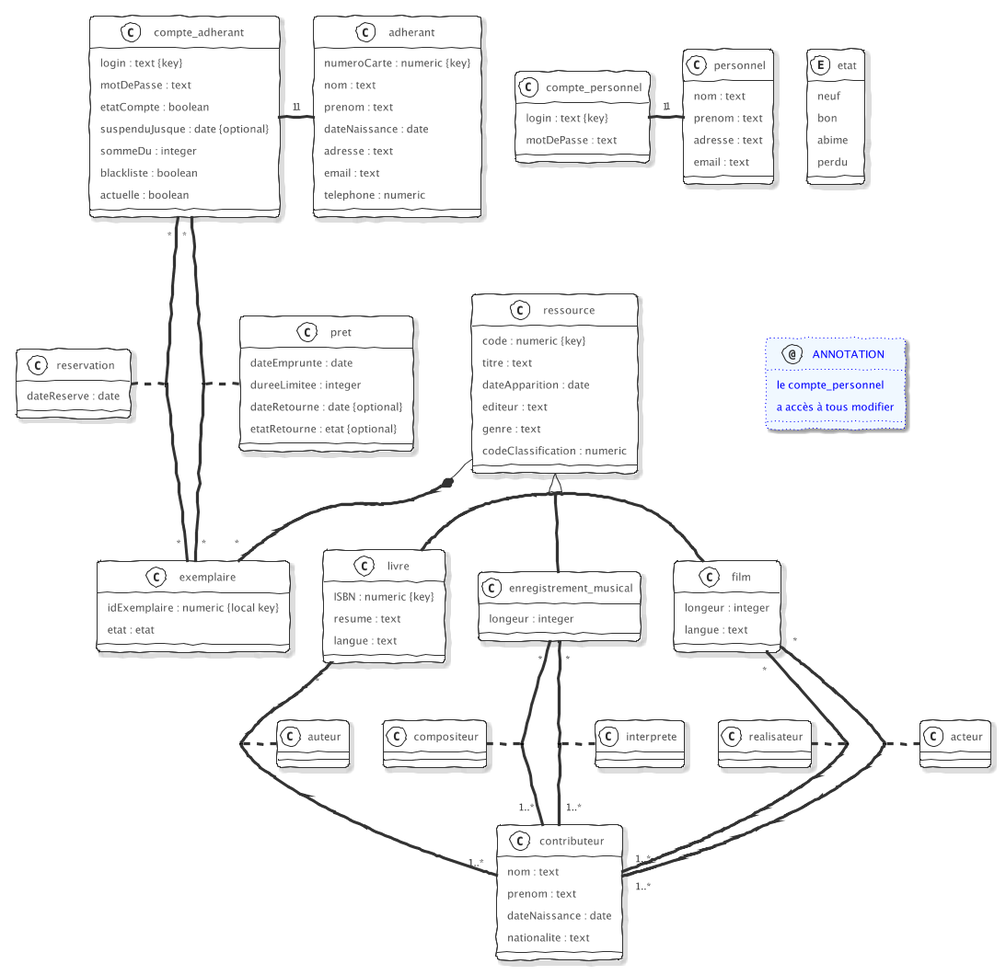
Above: rendu 2/MCD Biblio.png in Ocean2356/Library-Management-System (PlantUML), before the change. The source it was exported from:
```plantuml
@startuml MCD Biblio
!theme sketchy-outline
skinparam Shadowing true
annotation ANNOTATION #aliceblue;line:blue;line.dotted;text:blue
{
    le compte_personnel
    a accès à tous modifier
}
etat -[hidden]- ANNOTATION

class ressource
class exemplaire
enum etat

class compte_personnel
class personnel
class compte_adherant
class adherant

class pret
class reservation

together {
class livre
class film
class enregistrement_musical
}
class auteur
class realisateur
class acteur
class compositeur
class interprete

skinparam groupInheritance 2
ressource <|-- livre
ressource <|-- film
ressource <|-- enregistrement_musical

skinparam activity {
    ArrowFontSize 10
}
livre "*" -- "1..*" contributeur
(livre, contributeur) . auteur
enregistrement_musical "*" - "1..*" contributeur
(enregistrement_musical, contributeur) . compositeur
enregistrement_musical "*" - "1..*" contributeur
(enregistrement_musical, contributeur) . interprete
film "*" - "1..*" contributeur
(film, contributeur) . realisateur
film "*" - "1..*" contributeur
(film, contributeur) . acteur

ressource *-- "*" exemplaire

compte_personnel "1" - "1" personnel
compte_adherant "1" - "1" adherant
compte_adherant "*" -- "*" exemplaire
(compte_adherant, exemplaire) . reservation
compte_adherant "*" -- "*" exemplaire
(compte_adherant, exemplaire) . pret

enum etat{
    neuf
    bon
    abime
    perdu
}

class ressource{
    code : numeric {key}
    titre : text
    dateApparition : date
    editeur : text
    genre : text
    codeClassification : numeric
}

class contributeur{
    nom : text
    prenom : text
    dateNaissance : date
    nationalite : text
}

class livre{
    ISBN : numeric {key}
    resume : text
    langue : text
}

class film{
    longeur : integer
    langue : text
}

class enregistrement_musical{
    longeur : integer
}

class exemplaire{
    idExemplaire : numeric {local key}
    etat : etat
}

class personnel{
    nom : text
    prenom : text
    adresse : text
    email : text
}

class compte_personnel{
    login : text {key}
    motDePasse : text
}

class adherant{
    numeroCarte : numeric {key}
    nom : text
    prenom : text
    dateNaissance : date
    adresse : text
    email : text
    telephone : numeric
}


class compte_adherant{
    login : text {key}
    motDePasse : text
    etatCompte : boolean
    suspenduJusque : date {optional}
    sommeDu : integer
    blackliste : boolean
    actuelle : boolean
}

class pret{
    dateEmprunte : date
    dureeLimitee : integer
    dateRetourne : date {optional}
    etatRetourne : etat {optional}
}

class reservation{
    dateReserve : date
}

@enduml
```
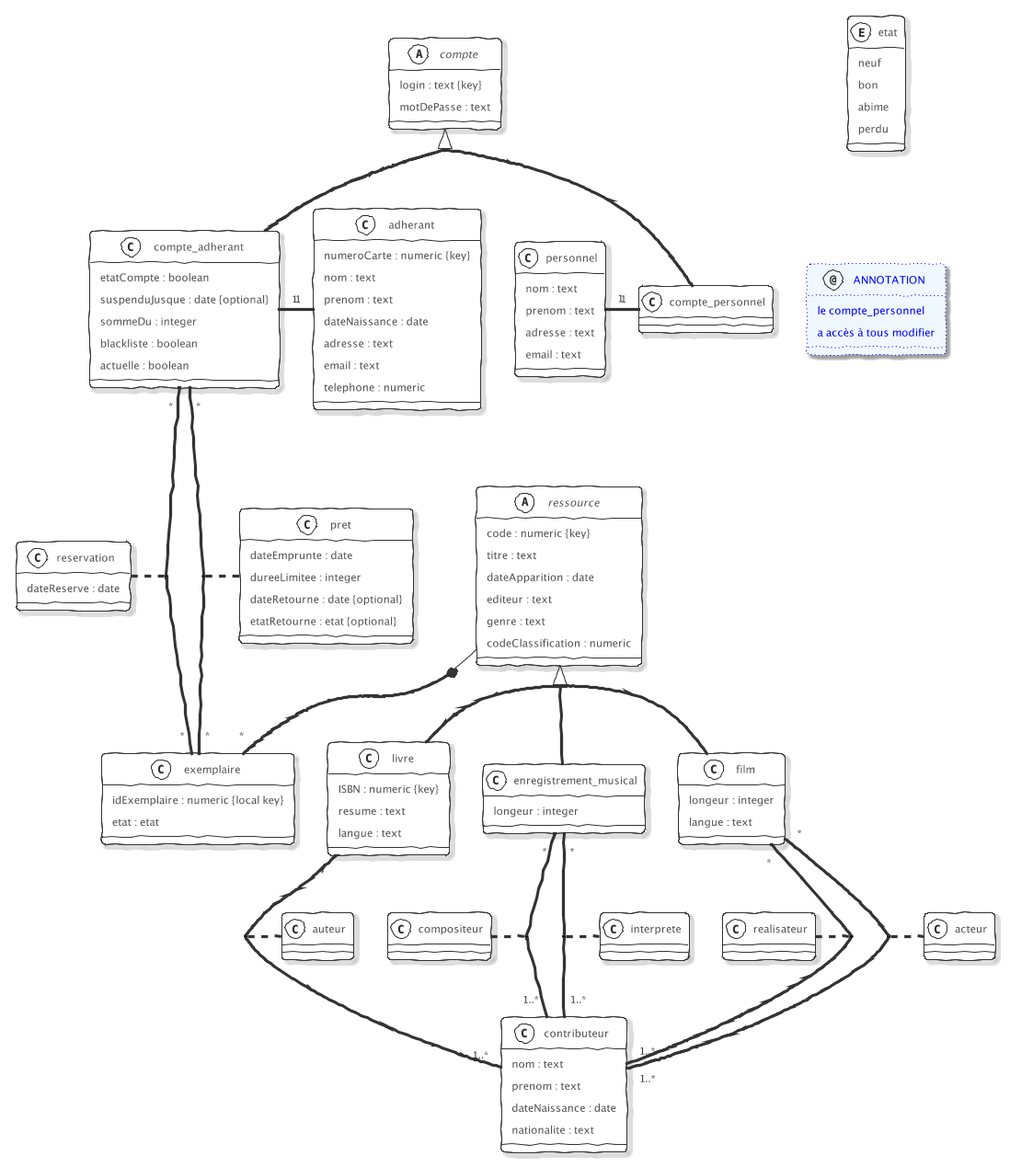
Later version of the same file.

Diff of the diagram source:
```diff
@@ -8,10 +8,11 @@
 }
 etat -[hidden]- ANNOTATION
 
-class ressource
+abstract class ressource
 class exemplaire
 enum etat
 
+abstract class compte
 class compte_personnel
 class personnel
 class compte_adherant
@@ -36,6 +37,9 @@
 ressource <|-- film
 ressource <|-- enregistrement_musical
 
+compte <|-- compte_adherant
+compte <|-- compte_personnel
+
 skinparam activity {
     ArrowFontSize 10
 }
@@ -52,7 +56,7 @@
 
 ressource *-- "*" exemplaire
 
-compte_personnel "1" - "1" personnel
+personnel  "1" - "1" compte_personnel
 compte_adherant "1" - "1" adherant
 compte_adherant "*" -- "*" exemplaire
 (compte_adherant, exemplaire) . reservation
@@ -66,7 +70,7 @@
     perdu
 }
 
-class ressource{
+abstract class ressource{
     code : numeric {key}
     titre : text
     dateApparition : date
@@ -110,8 +114,7 @@
 }
 
 class compte_personnel{
-    login : text {key}
-    motDePasse : text
+
 }
 
 class adherant{
@@ -126,14 +129,20 @@
 
 
 class compte_adherant{
-    login : text {key}
-    motDePasse : text
     etatCompte : boolean
     suspenduJusque : date {optional}
     sommeDu : integer
     blackliste : boolean
     actuelle : boolean
 }
+
+abstract class compte {
+    login : text {key}
+    motDePasse : text
+
+}
+
+
 
 class pret{
     dateEmprunte : date
```
